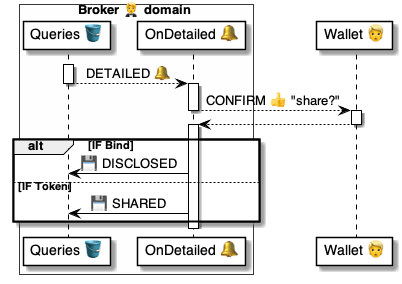
Earlier version of the PlantUML export 4 ⚙️ Solution/20 🧑‍🦰 UI/Brokers 🤵/🤵🪣 Broker tables/Queries 💼 table/🪣🧱 40 Trusted 🔔 event/🤵 OnQueryTrusted ⚙️ uml.png (pollyweb-org/pollyweb-docs). Its source is kept beside it as 4 ⚙️ Solution/20 🧑‍🦰 UI/Brokers 🤵/🤵🪣 Broker tables/Queries 💼 table/🪣🧱 40 Trusted 🔔 event/🤵 OnQueryTrusted ⚙️ uml.puml.
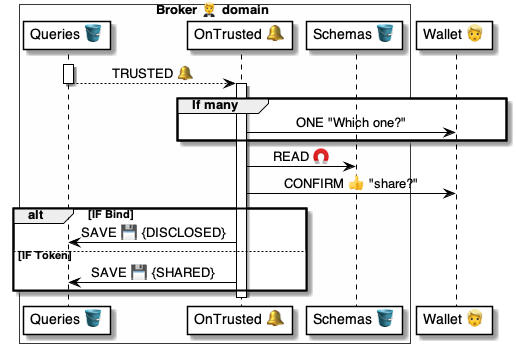
The same diagram one commit later.

What changed in the source:
```diff
@@ -1,30 +1,32 @@
-@startuml OnQueryDetailed
+@startuml OnQueryTrusted
 
 box Broker 🤵 domain #FFFFFA
     participant "Queries 🪣" as table
-    participant "OnDetailed 🔔" as handler
+    participant "OnTrusted 🔔" as handler
+    participant "Schemas 🪣" as schemas
 end box
 participant "Wallet 👱" as wallet
 
 
 activate table
-    table --> handler: DETAILED 🔔
+    table --> handler: TRUSTED 🔔
 deactivate table
 
 activate handler
-    handler --> wallet: CONFIRM 👍 "share?"
-deactivate handler
 
-activate wallet
-    wallet --> handler:
-deactivate wallet
+    group If many
+        handler -> wallet: ONE "Which one?"
+    end group
 
-activate handler
+    handler -> schemas: READ 🧲
+    handler -> wallet: CONFIRM 👍 "share?"
+
     alt IF Bind
-        handler -> table: 💾 DISCLOSED
+        handler -> table: SAVE 💾 {DISCLOSED}
     else IF Token
-        handler -> table: 💾 SHARED
+        handler -> table: SAVE 💾 {SHARED}
     end
+
 deactivate handler
 
 @enduml
```
